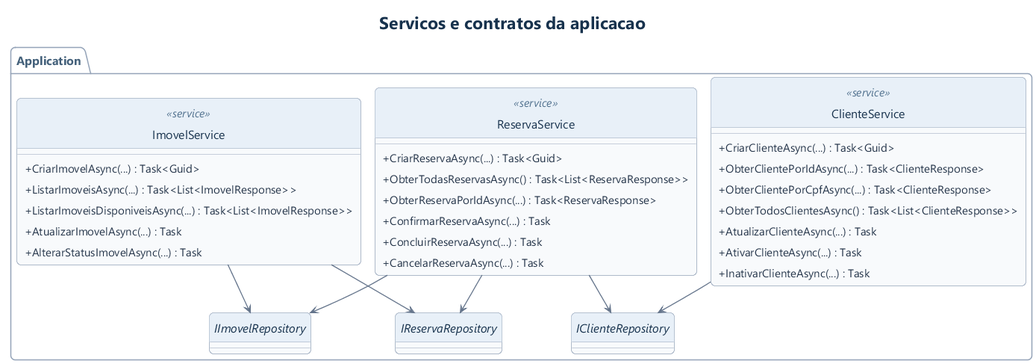
This is docs/uml/imagens/10-classes-operacoes.png from MurilloKelvin/API-Locacao-de-imoveis, a PlantUML export, as it was before one commit. Its diagram source:
```plantuml
@startuml
!include estilo.iuml
!pragma layout smetana
title Servicos e contratos da aplicacao
package Application {
 class ClienteService <<service>> {
  +CriarClienteAsync(...) : Task<Guid>
  +ObterClientePorIdAsync(...) : Task<ClienteResponse>
  +ObterClientePorCpfAsync(...) : Task<ClienteResponse>
  +ObterTodosClientesAsync() : Task<List<ClienteResponse>>
  +AtualizarClienteAsync(...) : Task
  +AtivarClienteAsync(...) : Task
  +InativarClienteAsync(...) : Task
 }
 class ImovelService <<service>> {
  +CriarImovelAsync(...) : Task<Guid>
  +ListarImoveisAsync(...) : Task<List<ImovelResponse>>
  +ListarImoveisDisponiveisAsync(...) : Task<List<ImovelResponse>>
  +AtualizarImovelAsync(...) : Task
  +AlterarStatusImovelAsync(...) : Task
 }
 class ReservaService <<service>> {
  +CriarReservaAsync(...) : Task<Guid>
  +ObterTodasReservasAsync() : Task<List<ReservaResponse>>
  +ObterReservaPorIdAsync(...) : Task<ReservaResponse>
  +ConfirmarReservaAsync(...) : Task
  +ConcluirReservaAsync(...) : Task
  +CancelarReservaAsync(...) : Task
 }
 interface IClienteRepository
 interface IImovelRepository
 interface IReservaRepository
}
ClienteService --> IClienteRepository
ImovelService --> IImovelRepository
ImovelService --> IReservaRepository
ReservaService --> IClienteRepository
ReservaService --> IImovelRepository
ReservaService --> IReservaRepository
@enduml
```
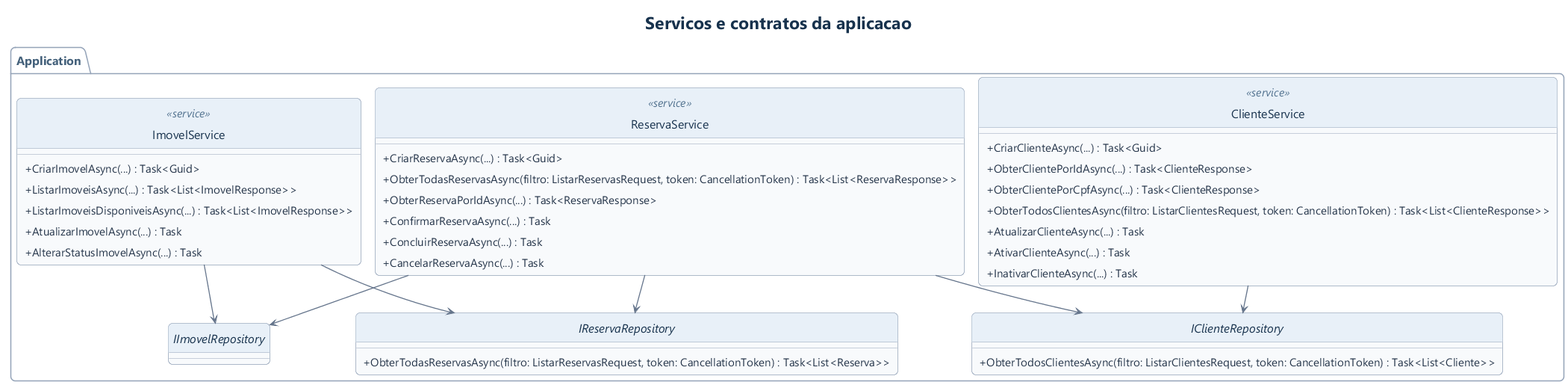
After the change.

What changed in the source:
```diff
@@ -7,7 +7,7 @@
   +CriarClienteAsync(...) : Task<Guid>
   +ObterClientePorIdAsync(...) : Task<ClienteResponse>
   +ObterClientePorCpfAsync(...) : Task<ClienteResponse>
-  +ObterTodosClientesAsync() : Task<List<ClienteResponse>>
+  +ObterTodosClientesAsync(filtro: ListarClientesRequest, token: CancellationToken) : Task<List<ClienteResponse>>
   +AtualizarClienteAsync(...) : Task
   +AtivarClienteAsync(...) : Task
   +InativarClienteAsync(...) : Task
@@ -21,15 +21,19 @@
  }
  class ReservaService <<service>> {
   +CriarReservaAsync(...) : Task<Guid>
-  +ObterTodasReservasAsync() : Task<List<ReservaResponse>>
+  +ObterTodasReservasAsync(filtro: ListarReservasRequest, token: CancellationToken) : Task<List<ReservaResponse>>
   +ObterReservaPorIdAsync(...) : Task<ReservaResponse>
   +ConfirmarReservaAsync(...) : Task
   +ConcluirReservaAsync(...) : Task
   +CancelarReservaAsync(...) : Task
  }
- interface IClienteRepository
+ interface IClienteRepository {
+  +ObterTodosClientesAsync(filtro: ListarClientesRequest, token: CancellationToken) : Task<List<Cliente>>
+ }
  interface IImovelRepository
- interface IReservaRepository
+ interface IReservaRepository {
+  +ObterTodasReservasAsync(filtro: ListarReservasRequest, token: CancellationToken) : Task<List<Reserva>>
+ }
 }
 ClienteService --> IClienteRepository
 ImovelService --> IImovelRepository
```
